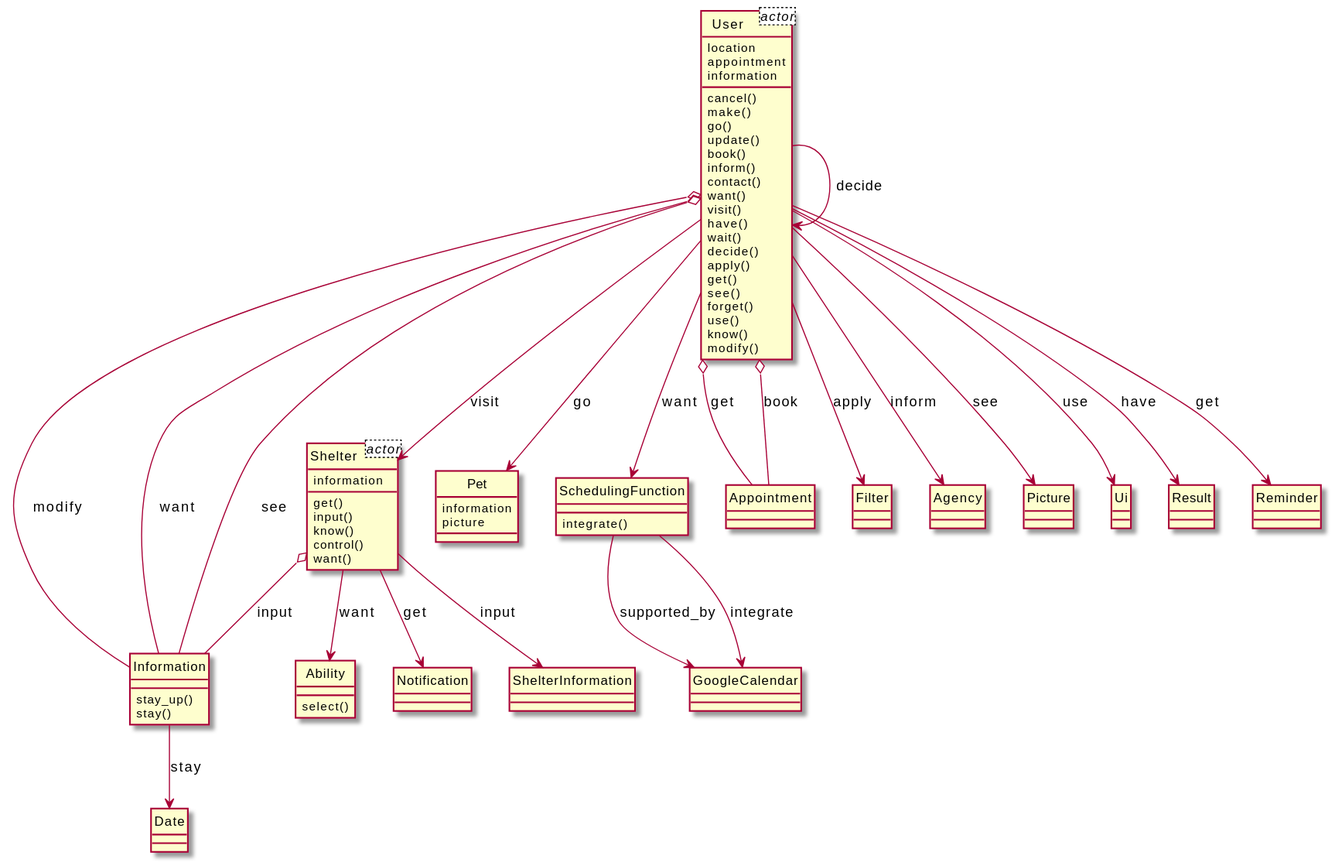
Above: output/diagram_5/2016-USC-Project07.svg in xixixhalu/DomainModelExtractor (PlantUML), before the change.
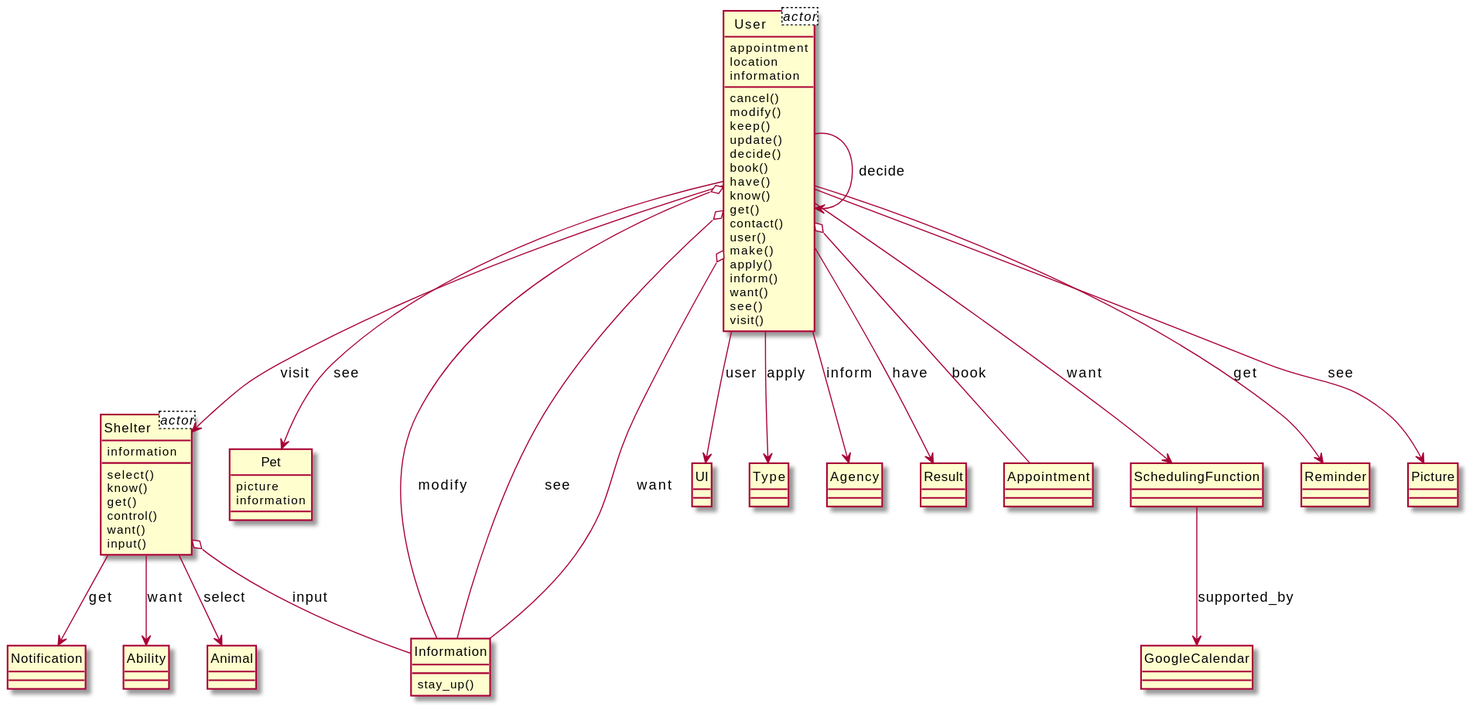
Above is the later version.

The edit, as a diff of the source:
```diff
@@ -1,97 +1,88 @@
 @startuml
 hide circle
 class User<actor> {
+	appointment
 	location
-	appointment
 	information
 }
 class Shelter<actor> {
 	information
 }
 class Pet {
+	picture
 	information
-	picture
 }
 class User {
 	cancel()
+	modify()
+	keep()
+	update()
+	decide()
+	book()
+	have()
+	know()
+	get()
+	contact()
+	user()
 	make()
-	go()
-	update()
-	book()
+	apply()
 	inform()
-	contact()
 	want()
+	see()
 	visit()
-	have()
-	wait()
-	decide()
-	apply()
-	get()
-	see()
-	forget()
-	use()
-	know()
-	modify()
-}
-class SchedulingFunction {
-	integrate()
-}
-class Shelter {
-	get()
-	input()
-	know()
-	control()
-	want()
 }
 class Information {
 	stay_up()
-	stay()
+}
+class UI {
+}
+class Shelter {
+	select()
+	know()
+	get()
+	control()
+	want()
+	input()
+}
+class Type {
+}
+class Agency {
+}
+class Result {
 }
 class Appointment {
 }
-class Filter {
+class Notification {
+}
+class SchedulingFunction {
+}
+class Reminder {
+}
+class Picture {
 }
 class Ability {
-	select()
 }
-class Agency {
+class Animal {
 }
 class GoogleCalendar {
 }
-class Date {
-}
-class Picture {
-}
-class Ui {
-}
-class Result {
-}
-class Reminder {
-}
-class Notification {
-}
-class ShelterInformation {
-}
-User o-- Information : modify
-User o-- Information : want
-Shelter o-- Information : input
-User --> Agency : inform
-Shelter --> ShelterInformation : input
-SchedulingFunction --> GoogleCalendar : supported_by
-User o-- Appointment : get
-User --> Filter : apply
-SchedulingFunction --> GoogleCalendar : integrate
-Information --> Date : stay
-User --> Picture : see
-User o-- Information : see
-Shelter --> Ability : want
+User --> UI : user
 User --> Shelter : visit
 User --> User : decide
-User --> Ui : use
+Shelter o-- Information : input
+User o-- Appointment : book
 User --> Result : have
+Shelter --> Notification : get
+User --> SchedulingFunction : want
+User o-- Information : modify
+User --> Pet : see
 User --> Reminder : get
-User --> Pet : go
-Shelter --> Notification : get
-User o-- Appointment : book
-User --> SchedulingFunction : want
+User --> Agency : inform
+User --> Picture : see
+Shelter --> Ability : want
+Shelter --> Animal : select
+User o-- Information : see
+SchedulingFunction --> GoogleCalendar : supported_by
+User o-- Information : want
+User --> Type : apply
 @enduml
```
